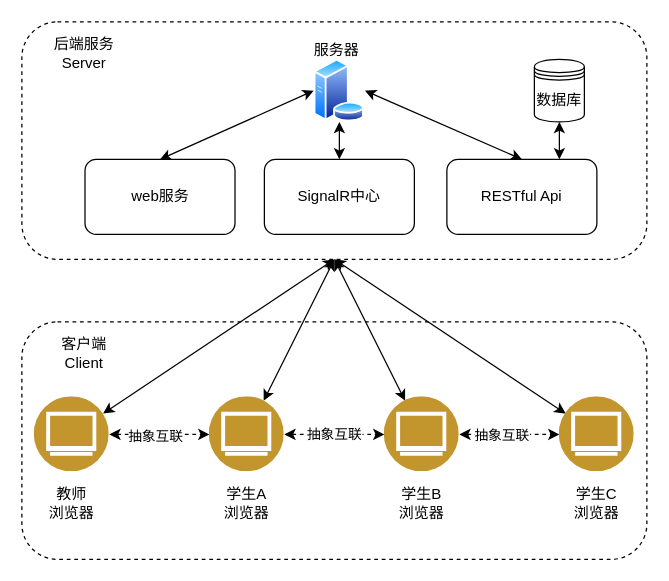
Earlier version of the draw.io diagram 总体.drawio (Ekko306/diagrams.net). Source tidied: cells renumbered, new cells numbered last; positions are measured from the earlier drawing's top-left corner, leaving out a move shared by most shapes. Both pictures are drawn from the tidied source at 125%, with x=0, y=0 at pixel (21, 21).
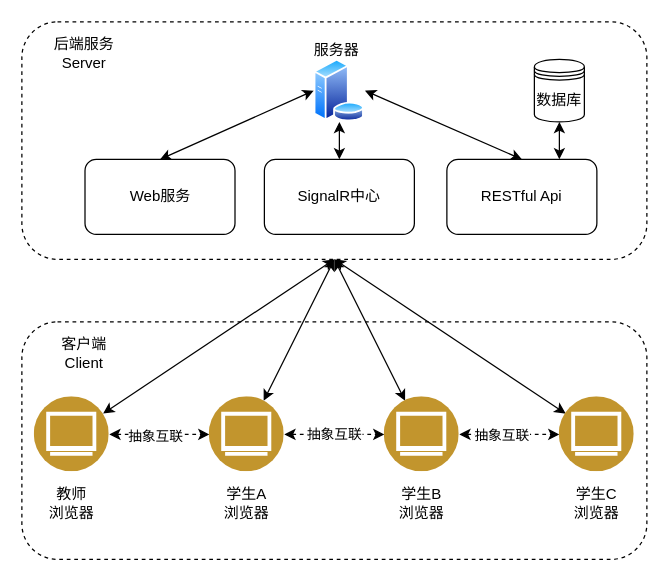
The same page after the edit.

The edit, as a diff of the source:
```diff
@@
-    <mxCell id="6" value="web服务" style="rounded=1;whiteSpace=wrap;html=1;" parent="1" vertex="1">
+    <mxCell id="6" value="Web服务" style="rounded=1;whiteSpace=wrap;html=1;" parent="1" vertex="1">
       <mxGeometry x="50.5" y="110" width="120" height="60" as="geometry" />
     </mxCell>
```
